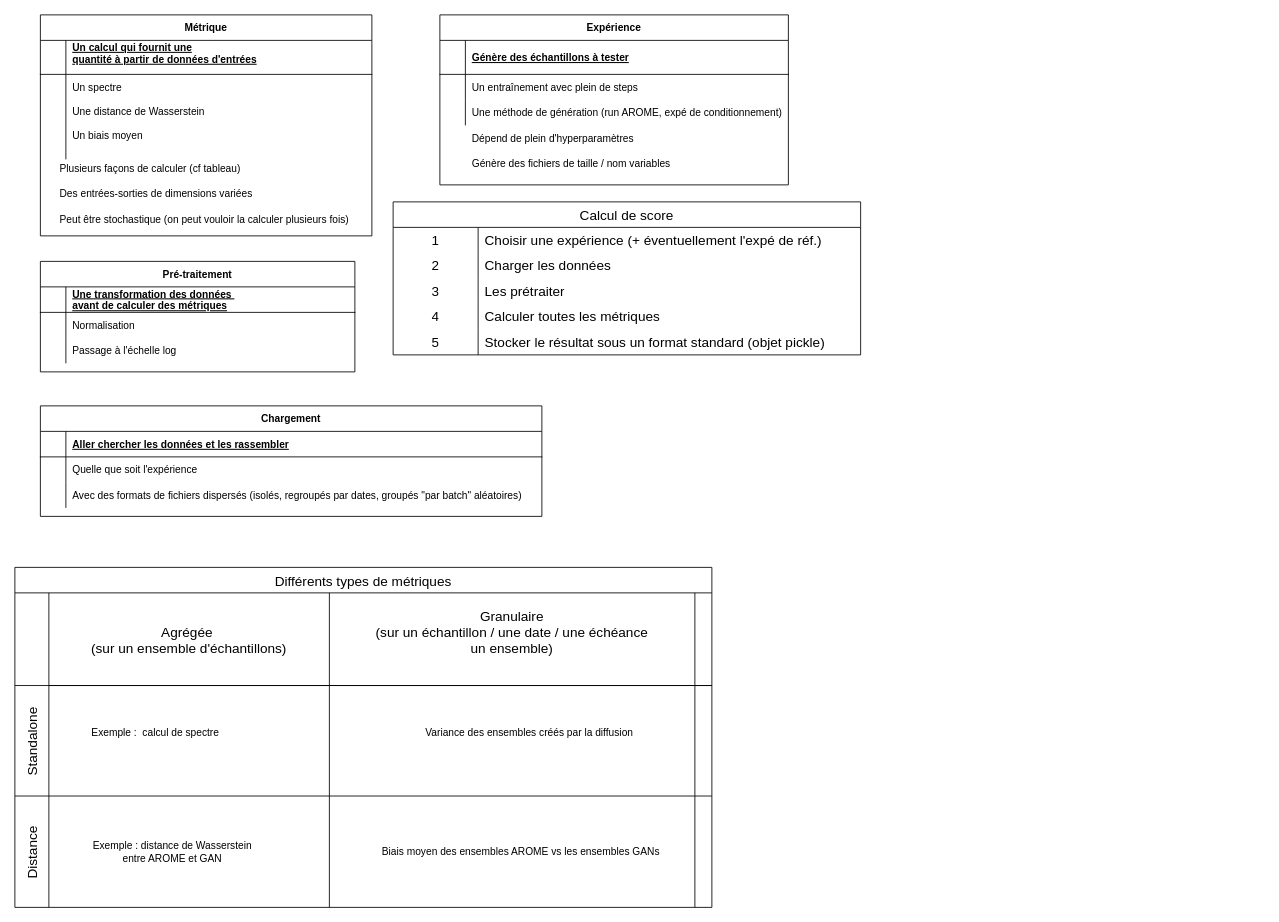
flyIchtus/score_crawl keeps this draw.io diagram as schemas_score_crawl.drawio. Above is the earlier version. Source tidied: cells renumbered, new cells numbered last; positions are measured from the earlier drawing's top-left corner, leaving out a move shared by most shapes. Both pictures are drawn from the tidied source at 85%, with x=0, y=0 at pixel (14, 14).
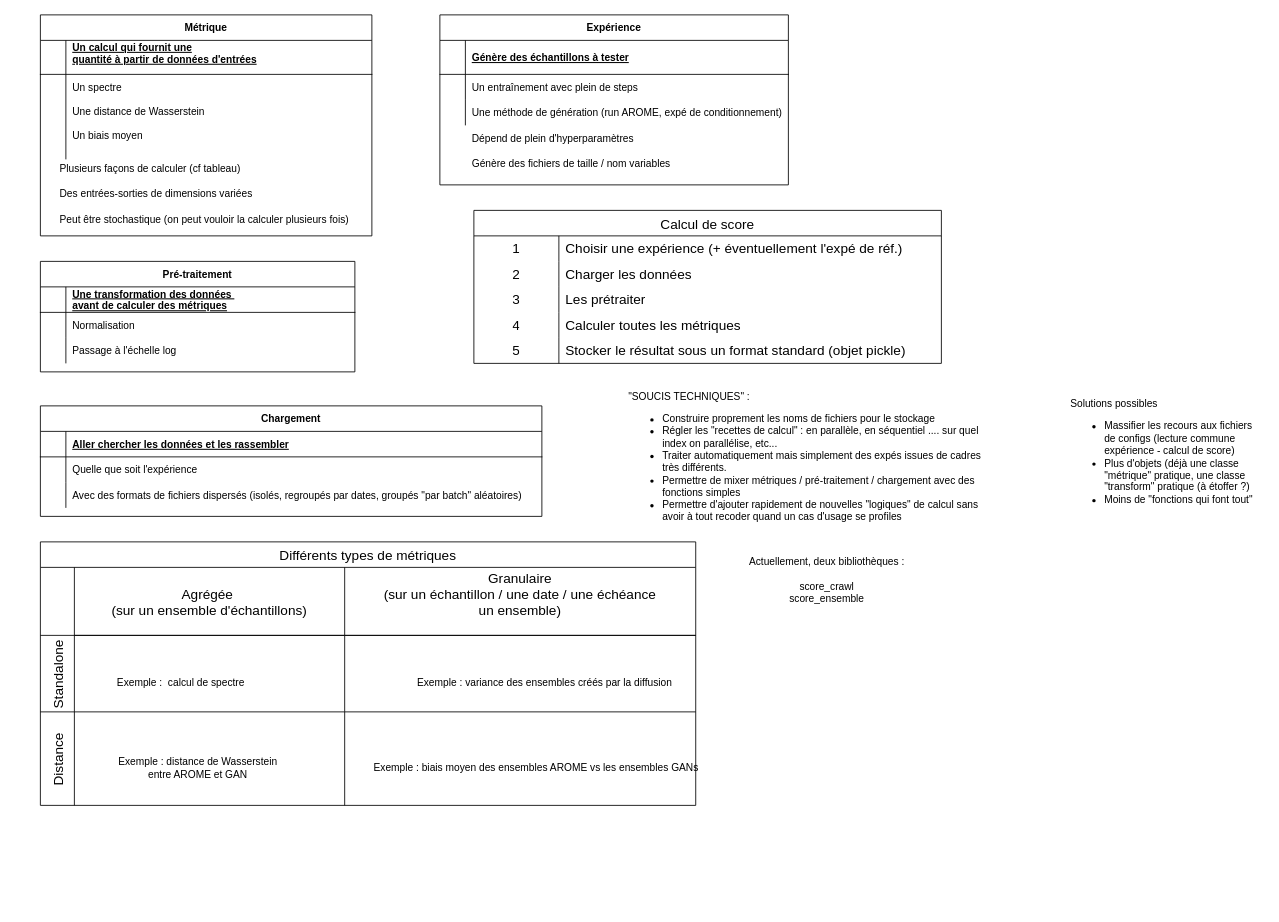
The same page after the edit.

Commit message (it also covers changes not shown here):
Mettre à jour schemas_score_crawl.drawio

Change to the diagram source:
```diff
@@
     <mxCell id="45" value="Différents types de métriques" style="shape=table;childLayout=tableLayout;startSize=30;fontSize=16;" parent="1" vertex="1">
-      <mxGeometry y="650" width="820" height="400" as="geometry" />
+      <mxGeometry x="30" y="620" width="771" height="310" as="geometry" />
     </mxCell>
     <mxCell id="46" style="shape=tableRow;horizontal=0;swimlaneHead=0;swimlaneBody=0;top=0;left=0;strokeColor=inherit;bottom=0;right=0;fontStyle=0;fillColor=none;startSize=40;fontSize=16;" parent="45" vertex="1">
-      <mxGeometry y="30" width="820" height="109" as="geometry" />
+      <mxGeometry y="30" width="771" height="80" as="geometry" />
     </mxCell>
     <mxCell id="47" value="Agrégée &#10;(sur un ensemble d'échantillons)" style="swimlane;swimlaneHead=0;swimlaneBody=0;fontStyle=0;strokeColor=inherit;fillColor=none;startSize=120;fontSize=16;" parent="46" vertex="1">
-      <mxGeometry x="40" width="330" height="109" as="geometry" />
+      <mxGeometry x="40" width="318" height="80" as="geometry" />
     </mxCell>
     <mxCell id="48" value="Granulaire&#10;(sur un échantillon / une date / une échéance&#10;un ensemble)&#10;" style="swimlane;swimlaneHead=0;swimlaneBody=0;fontStyle=0;strokeColor=inherit;fillColor=none;startSize=120;fontSize=16;" parent="46" vertex="1">
-      <mxGeometry x="370" width="430" height="109" as="geometry" />
+      <mxGeometry x="358" width="413" height="80" as="geometry" />
     </mxCell>
-    <mxCell id="49" style="swimlane;swimlaneHead=0;swimlaneBody=0;fontStyle=0;strokeColor=inherit;fillColor=none;startSize=120;fontSize=16;" parent="46" vertex="1">
-      <mxGeometry x="800" width="20" height="109" as="geometry" />
-    </mxCell>
     <mxCell id="50" value="Standalone" style="shape=tableRow;horizontal=0;swimlaneHead=0;swimlaneBody=0;top=0;left=0;strokeColor=inherit;bottom=0;right=0;fontStyle=0;fillColor=none;startSize=40;fontSize=16;" parent="45" vertex="1">
-      <mxGeometry y="139" width="820" height="130" as="geometry" />
+      <mxGeometry y="110" width="771" height="90" as="geometry" />
     </mxCell>
     <mxCell id="51" style="swimlane;swimlaneHead=0;swimlaneBody=0;fontStyle=0;strokeColor=inherit;fillColor=none;startSize=0;fontSize=16;" parent="50" vertex="1">
-      <mxGeometry x="40" width="330" height="130" as="geometry" />
+      <mxGeometry x="40" width="318" height="90" as="geometry" />
     </mxCell>
@@
     <mxCell id="53" style="swimlane;swimlaneHead=0;swimlaneBody=0;fontStyle=0;strokeColor=inherit;fillColor=none;startSize=0;fontSize=16;" parent="50" vertex="1">
-      <mxGeometry x="370" width="430" height="130" as="geometry" />
+      <mxGeometry x="358" width="413" height="90" as="geometry" />
     </mxCell>
-    <mxCell id="54" value="Variance des ensembles créés par la diffusion" style="text;html=1;align=center;verticalAlign=middle;strokeColor=none;fillColor=none;" parent="53" vertex="1">
-      <mxGeometry x="100" y="41" width="270" height="30" as="geometry" />
+    <mxCell id="54" value="Exemple : variance des ensembles créés par la diffusion" style="text;html=1;align=center;verticalAlign=middle;strokeColor=none;fillColor=none;" parent="53" vertex="1">
+      <mxGeometry x="75" y="41" width="320" height="30" as="geometry" />
     </mxCell>
-    <mxCell id="55" style="swimlane;swimlaneHead=0;swimlaneBody=0;fontStyle=0;strokeColor=inherit;fillColor=none;startSize=0;fontSize=16;" parent="50" vertex="1">
-      <mxGeometry x="800" width="20" height="130" as="geometry" />
-    </mxCell>
     <mxCell id="56" value="Distance" style="shape=tableRow;horizontal=0;swimlaneHead=0;swimlaneBody=0;top=0;left=0;strokeColor=inherit;bottom=0;right=0;fontStyle=0;fillColor=none;startSize=40;fontSize=16;" parent="45" vertex="1">
-      <mxGeometry y="269" width="820" height="131" as="geometry" />
+      <mxGeometry y="200" width="771" height="110" as="geometry" />
     </mxCell>
     <mxCell id="57" style="swimlane;swimlaneHead=0;swimlaneBody=0;fontStyle=0;strokeColor=inherit;fillColor=none;startSize=0;fontSize=16;" parent="56" vertex="1">
-      <mxGeometry x="40" width="330" height="131" as="geometry" />
+      <mxGeometry x="40" width="318" height="110" as="geometry" />
     </mxCell>
@@
     <mxCell id="59" style="swimlane;swimlaneHead=0;swimlaneBody=0;fontStyle=0;strokeColor=inherit;fillColor=none;startSize=0;fontSize=16;" parent="56" vertex="1">
-      <mxGeometry x="370" width="430" height="131" as="geometry" />
+      <mxGeometry x="358" width="413" height="110" as="geometry" />
     </mxCell>
-    <mxCell id="60" value="Biais moyen des ensembles AROME vs les ensembles GANs" style="text;html=1;align=center;verticalAlign=middle;strokeColor=none;fillColor=none;" parent="59" vertex="1">
-      <mxGeometry x="50" y="50.5" width="350" height="30" as="geometry" />
+    <mxCell id="60" value="Exemple : biais moyen des ensembles AROME vs les ensembles GANs" style="text;html=1;align=center;verticalAlign=middle;strokeColor=none;fillColor=none;" parent="59" vertex="1">
+      <mxGeometry x="25" y="50.5" width="400" height="30" as="geometry" />
     </mxCell>
-    <mxCell id="61" style="swimlane;swimlaneHead=0;swimlaneBody=0;fontStyle=0;strokeColor=inherit;fillColor=none;startSize=0;fontSize=16;" parent="56" vertex="1">
-      <mxGeometry x="800" width="20" height="131" as="geometry" />
-    </mxCell>
     <mxCell id="62" value="Calcul de score" style="shape=table;startSize=30;childLayout=tableLayout;rowLines=0;fontStyle=0;strokeColor=default;fontSize=16;" parent="1" vertex="1">
-      <mxGeometry x="445" y="220" width="550" height="180" as="geometry" />
+      <mxGeometry x="540" y="230" width="550" height="180" as="geometry" />
     </mxCell>
@@
+    <mxCell id="78" value="&quot;SOUCIS TECHNIQUES&quot; : &lt;br&gt;&lt;ul&gt;&lt;li&gt;Construire proprement les noms de fichiers pour le stockage&lt;br&gt;&lt;/li&gt;&lt;li&gt;Régler les &quot;recettes de calcul&quot; : en parallèle, en séquentiel .... sur quel index on parallélise, etc...&lt;br&gt;&lt;/li&gt;&lt;li&gt;Traiter automatiquement mais simplement des expés issues de cadres très différents.&lt;/li&gt;&lt;li&gt;Permettre de mixer métriques / pré-traitement / chargement avec des fonctions simples&lt;/li&gt;&lt;li&gt;Permettre d'ajouter rapidement de nouvelles &quot;logiques&quot; de calcul sans avoir à tout recoder quand un cas d'usage se profiles&lt;br&gt;&lt;/li&gt;&lt;/ul&gt;" style="text;strokeColor=none;fillColor=none;html=1;whiteSpace=wrap;verticalAlign=middle;overflow=hidden;" parent="1" vertex="1">
+      <mxGeometry x="720" y="440" width="440" height="170" as="geometry" />
+    </mxCell>
+    <mxCell id="79" value="&lt;div&gt;Actuellement, deux bibliothèques : &lt;br&gt;&lt;/div&gt;&lt;div&gt;&lt;br&gt;&lt;/div&gt;&lt;div&gt;score_crawl&lt;/div&gt;&lt;div&gt;score_ensemble&lt;br&gt;&lt;/div&gt;" style="text;html=1;align=center;verticalAlign=middle;strokeColor=none;fillColor=none;" parent="1" vertex="1">
+      <mxGeometry x="850" y="630" width="210" height="70" as="geometry" />
+    </mxCell>
+    <mxCell id="80" value="Solutions possibles&lt;br&gt;&lt;ul&gt;&lt;li&gt;Massifier les recours aux fichiers de configs (lecture commune expérience - calcul de score)&lt;br&gt;&lt;/li&gt;&lt;li&gt;Plus d'objets (déjà une classe &quot;métrique&quot; pratique, une classe &quot;transform&quot; pratique (à étoffer ?)&lt;/li&gt;&lt;li&gt;Moins de &quot;fonctions qui font tout&quot;&lt;br&gt;&lt;/li&gt;&lt;/ul&gt;" style="text;strokeColor=none;fillColor=none;html=1;whiteSpace=wrap;verticalAlign=middle;overflow=hidden;" parent="1" vertex="1">
+      <mxGeometry x="1240" y="430" width="230" height="180" as="geometry" />
+    </mxCell>
```
